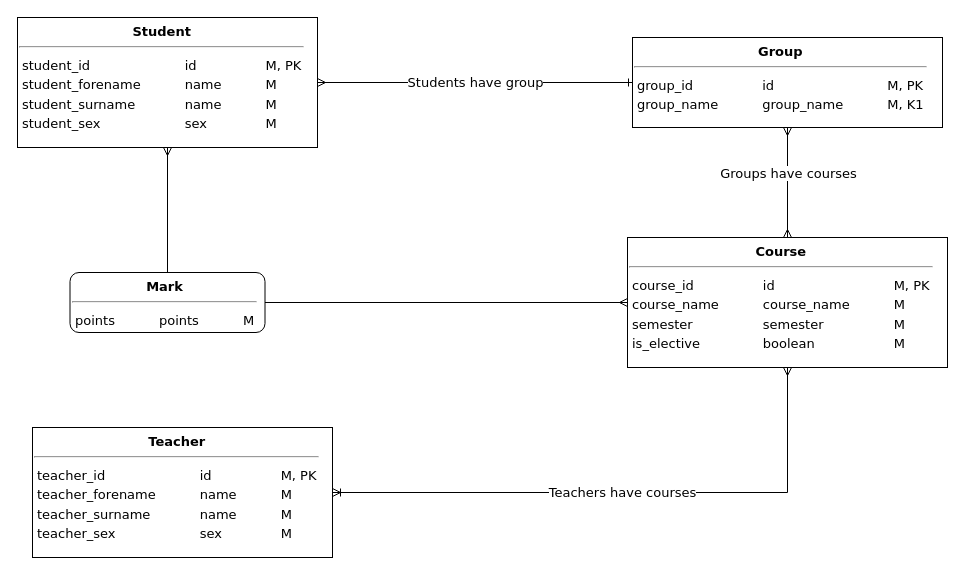
Earlier version of the draw.io diagram hw02/src/model-scheme.drawio (cannor147/itmo-db). Source tidied: cells renumbered, new cells numbered last; positions are measured from the earlier drawing's top-left corner, leaving out a move shared by most shapes. Both pictures are drawn from the tidied source at 100%, with x=0, y=0 at pixel (17, 17).
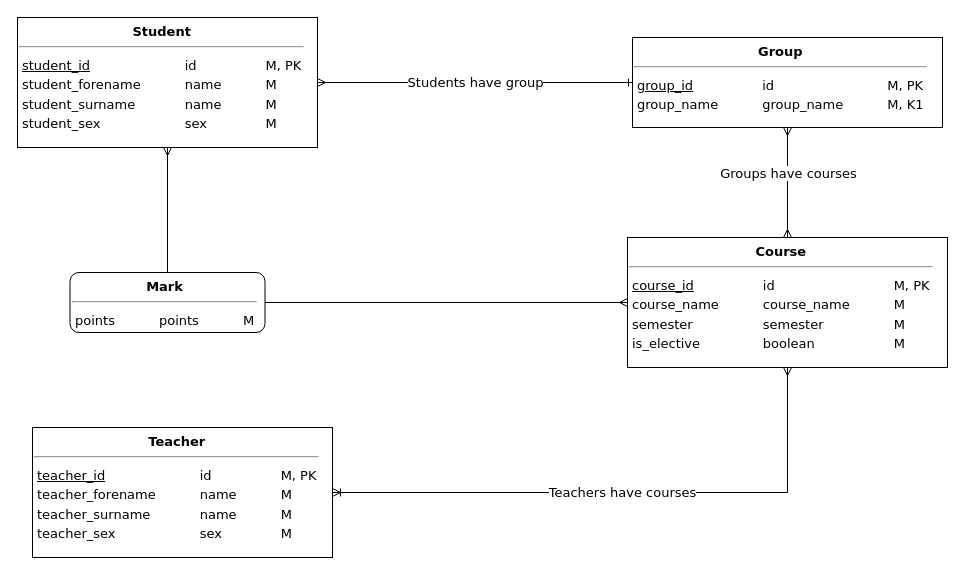
Above is the later version.

Commit message:
Added underline for primary keys (model)

What changed in the source:
```diff
@@
 <mxGraphModel>
   <root>
     <mxCell id="0" />
     <mxCell id="1" parent="0" />
     <mxCell id="2" value="Students have group" style="edgeStyle=orthogonalEdgeStyle;rounded=0;jettySize=auto;html=1;fontFamily=Verdana;fontSize=13;endArrow=ERone;endFill=0;startArrow=ERmany;startFill=0;" parent="1" edge="1" source="3" target="4">
       <mxGeometry relative="1" as="geometry" />
     </mxCell>
-    <mxCell id="3" value="&lt;div style=&quot;text-align: center ; font-size: 13px&quot;&gt;&lt;b style=&quot;font-size: 13px&quot;&gt;Student&lt;/b&gt;&lt;/div&gt;&lt;hr style=&quot;font-size: 13px&quot;&gt;&lt;table style=&quot;font-size: 13px&quot;&gt;&lt;tbody style=&quot;font-size: 13px&quot;&gt;&lt;tr style=&quot;font-size: 13px&quot;&gt;&lt;td style=&quot;font-size: 13px&quot;&gt;student_id&lt;/td&gt;&lt;td style=&quot;font-size: 13px&quot;&gt;&lt;blockquote style=&quot;margin: 0px 0px 0px 40px ; border: none ; padding: 0px ; font-size: 13px&quot;&gt;id&lt;/blockquote&gt;&lt;/td&gt;&lt;td style=&quot;font-size: 13px&quot;&gt;&lt;blockquote style=&quot;margin: 0px 0px 0px 40px ; border: none ; padding: 0px ; font-size: 13px&quot;&gt;M, PK&lt;/blockquote&gt;&lt;/td&gt;&lt;/tr&gt;&lt;tr style=&quot;font-size: 13px&quot;&gt;&lt;td style=&quot;font-size: 13px&quot;&gt;student_forename&lt;/td&gt;&lt;td style=&quot;font-size: 13px&quot;&gt;&lt;blockquote style=&quot;margin: 0px 0px 0px 40px ; border: none ; padding: 0px ; font-size: 13px&quot;&gt;name&lt;/blockquote&gt;&lt;/td&gt;&lt;td style=&quot;font-size: 13px&quot;&gt;&lt;blockquote style=&quot;margin: 0px 0px 0px 40px ; border: none ; padding: 0px ; font-size: 13px&quot;&gt;M&lt;/blockquote&gt;&lt;/td&gt;&lt;/tr&gt;&lt;tr style=&quot;font-size: 13px&quot;&gt;&lt;td style=&quot;font-size: 13px&quot;&gt;student_surname&lt;/td&gt;&lt;td style=&quot;font-size: 13px&quot;&gt;&lt;blockquote style=&quot;margin: 0px 0px 0px 40px ; border: none ; padding: 0px ; font-size: 13px&quot;&gt;name&lt;/blockquote&gt;&lt;/td&gt;&lt;td style=&quot;font-size: 13px&quot;&gt;&lt;blockquote style=&quot;margin: 0px 0px 0px 40px ; border: none ; padding: 0px ; font-size: 13px&quot;&gt;M&lt;/blockquote&gt;&lt;/td&gt;&lt;/tr&gt;&lt;tr style=&quot;font-size: 13px&quot;&gt;&lt;td style=&quot;font-size: 13px&quot;&gt;student_sex&lt;/td&gt;&lt;td style=&quot;font-size: 13px&quot;&gt;&lt;blockquote style=&quot;margin: 0px 0px 0px 40px ; border: none ; padding: 0px ; font-size: 13px&quot;&gt;sex&lt;/blockquote&gt;&lt;/td&gt;&lt;td style=&quot;font-size: 13px&quot;&gt;&lt;blockquote style=&quot;margin: 0px 0px 0px 40px ; border: none ; padding: 0px ; font-size: 13px&quot;&gt;M&lt;/blockquote&gt;&lt;/td&gt;&lt;/tr&gt;&lt;/tbody&gt;&lt;/table&gt;" style="rounded=0;whiteSpace=wrap;html=1;labelBackgroundColor=none;fontFamily=Verdana;fontSize=13;align=left;verticalAlign=top;" parent="1" vertex="1">
+    <mxCell id="3" value="&lt;div style=&quot;text-align: center ; font-size: 13px&quot;&gt;&lt;b style=&quot;font-size: 13px&quot;&gt;Student&lt;/b&gt;&lt;/div&gt;&lt;hr style=&quot;font-size: 13px&quot;&gt;&lt;table style=&quot;font-size: 13px&quot;&gt;&lt;tbody style=&quot;font-size: 13px&quot;&gt;&lt;tr style=&quot;font-size: 13px&quot;&gt;&lt;td style=&quot;font-size: 13px&quot;&gt;&lt;u&gt;student_id&lt;/u&gt;&lt;/td&gt;&lt;td style=&quot;font-size: 13px&quot;&gt;&lt;blockquote style=&quot;margin: 0px 0px 0px 40px ; border: none ; padding: 0px ; font-size: 13px&quot;&gt;id&lt;/blockquote&gt;&lt;/td&gt;&lt;td style=&quot;font-size: 13px&quot;&gt;&lt;blockquote style=&quot;margin: 0px 0px 0px 40px ; border: none ; padding: 0px ; font-size: 13px&quot;&gt;M, PK&lt;/blockquote&gt;&lt;/td&gt;&lt;/tr&gt;&lt;tr style=&quot;font-size: 13px&quot;&gt;&lt;td style=&quot;font-size: 13px&quot;&gt;student_forename&lt;/td&gt;&lt;td style=&quot;font-size: 13px&quot;&gt;&lt;blockquote style=&quot;margin: 0px 0px 0px 40px ; border: none ; padding: 0px ; font-size: 13px&quot;&gt;name&lt;/blockquote&gt;&lt;/td&gt;&lt;td style=&quot;font-size: 13px&quot;&gt;&lt;blockquote style=&quot;margin: 0px 0px 0px 40px ; border: none ; padding: 0px ; font-size: 13px&quot;&gt;M&lt;/blockquote&gt;&lt;/td&gt;&lt;/tr&gt;&lt;tr style=&quot;font-size: 13px&quot;&gt;&lt;td style=&quot;font-size: 13px&quot;&gt;student_surname&lt;/td&gt;&lt;td style=&quot;font-size: 13px&quot;&gt;&lt;blockquote style=&quot;margin: 0px 0px 0px 40px ; border: none ; padding: 0px ; font-size: 13px&quot;&gt;name&lt;/blockquote&gt;&lt;/td&gt;&lt;td style=&quot;font-size: 13px&quot;&gt;&lt;blockquote style=&quot;margin: 0px 0px 0px 40px ; border: none ; padding: 0px ; font-size: 13px&quot;&gt;M&lt;/blockquote&gt;&lt;/td&gt;&lt;/tr&gt;&lt;tr style=&quot;font-size: 13px&quot;&gt;&lt;td style=&quot;font-size: 13px&quot;&gt;student_sex&lt;/td&gt;&lt;td style=&quot;font-size: 13px&quot;&gt;&lt;blockquote style=&quot;margin: 0px 0px 0px 40px ; border: none ; padding: 0px ; font-size: 13px&quot;&gt;sex&lt;/blockquote&gt;&lt;/td&gt;&lt;td style=&quot;font-size: 13px&quot;&gt;&lt;blockquote style=&quot;margin: 0px 0px 0px 40px ; border: none ; padding: 0px ; font-size: 13px&quot;&gt;M&lt;/blockquote&gt;&lt;/td&gt;&lt;/tr&gt;&lt;/tbody&gt;&lt;/table&gt;" style="rounded=0;whiteSpace=wrap;html=1;labelBackgroundColor=none;fontFamily=Verdana;fontSize=13;align=left;verticalAlign=top;" parent="1" vertex="1">
       <mxGeometry width="300" height="130" as="geometry" />
     </mxCell>
-    <mxCell id="4" value="&lt;div style=&quot;text-align: center ; font-size: 13px&quot;&gt;&lt;b style=&quot;font-size: 13px&quot;&gt;Group&lt;/b&gt;&lt;/div&gt;&lt;hr style=&quot;font-size: 13px&quot;&gt;&lt;table style=&quot;font-size: 13px&quot;&gt;&lt;tbody style=&quot;font-size: 13px&quot;&gt;&lt;tr style=&quot;font-size: 13px&quot;&gt;&lt;td style=&quot;font-size: 13px&quot;&gt;group_id&lt;/td&gt;&lt;td style=&quot;font-size: 13px&quot;&gt;&lt;blockquote style=&quot;margin: 0px 0px 0px 40px ; border: none ; padding: 0px ; font-size: 13px&quot;&gt;id&lt;/blockquote&gt;&lt;/td&gt;&lt;td style=&quot;font-size: 13px&quot;&gt;&lt;blockquote style=&quot;margin: 0px 0px 0px 40px ; border: none ; padding: 0px ; font-size: 13px&quot;&gt;M, PK&lt;/blockquote&gt;&lt;/td&gt;&lt;/tr&gt;&lt;tr style=&quot;font-size: 13px&quot;&gt;&lt;td style=&quot;font-size: 13px&quot;&gt;group_name&lt;/td&gt;&lt;td style=&quot;font-size: 13px&quot;&gt;&lt;blockquote style=&quot;margin: 0px 0px 0px 40px ; border: none ; padding: 0px ; font-size: 13px&quot;&gt;group_name&lt;/blockquote&gt;&lt;/td&gt;&lt;td style=&quot;font-size: 13px&quot;&gt;&lt;blockquote style=&quot;margin: 0px 0px 0px 40px ; border: none ; padding: 0px ; font-size: 13px&quot;&gt;M, K1&lt;/blockquote&gt;&lt;/td&gt;&lt;/tr&gt;&lt;/tbody&gt;&lt;/table&gt;" style="rounded=0;whiteSpace=wrap;html=1;labelBackgroundColor=none;fontFamily=Verdana;fontSize=13;align=left;verticalAlign=top;" parent="1" vertex="1">
+    <mxCell id="4" value="&lt;div style=&quot;text-align: center ; font-size: 13px&quot;&gt;&lt;b style=&quot;font-size: 13px&quot;&gt;Group&lt;/b&gt;&lt;/div&gt;&lt;hr style=&quot;font-size: 13px&quot;&gt;&lt;table style=&quot;font-size: 13px&quot;&gt;&lt;tbody style=&quot;font-size: 13px&quot;&gt;&lt;tr style=&quot;font-size: 13px&quot;&gt;&lt;td style=&quot;font-size: 13px&quot;&gt;&lt;u&gt;group_id&lt;/u&gt;&lt;/td&gt;&lt;td style=&quot;font-size: 13px&quot;&gt;&lt;blockquote style=&quot;margin: 0px 0px 0px 40px ; border: none ; padding: 0px ; font-size: 13px&quot;&gt;id&lt;/blockquote&gt;&lt;/td&gt;&lt;td style=&quot;font-size: 13px&quot;&gt;&lt;blockquote style=&quot;margin: 0px 0px 0px 40px ; border: none ; padding: 0px ; font-size: 13px&quot;&gt;M, PK&lt;/blockquote&gt;&lt;/td&gt;&lt;/tr&gt;&lt;tr style=&quot;font-size: 13px&quot;&gt;&lt;td style=&quot;font-size: 13px&quot;&gt;group_name&lt;/td&gt;&lt;td style=&quot;font-size: 13px&quot;&gt;&lt;blockquote style=&quot;margin: 0px 0px 0px 40px ; border: none ; padding: 0px ; font-size: 13px&quot;&gt;group_name&lt;/blockquote&gt;&lt;/td&gt;&lt;td style=&quot;font-size: 13px&quot;&gt;&lt;blockquote style=&quot;margin: 0px 0px 0px 40px ; border: none ; padding: 0px ; font-size: 13px&quot;&gt;M, K1&lt;/blockquote&gt;&lt;/td&gt;&lt;/tr&gt;&lt;/tbody&gt;&lt;/table&gt;" style="rounded=0;whiteSpace=wrap;html=1;labelBackgroundColor=none;fontFamily=Verdana;fontSize=13;align=left;verticalAlign=top;" parent="1" vertex="1">
       <mxGeometry x="615" y="20" width="310" height="90" as="geometry" />
     </mxCell>
-    <mxCell id="5" value="&lt;div style=&quot;text-align: center ; font-size: 13px&quot;&gt;&lt;b style=&quot;font-size: 13px&quot;&gt;Teacher&lt;/b&gt;&lt;/div&gt;&lt;hr style=&quot;font-size: 13px&quot;&gt;&lt;table style=&quot;font-size: 13px&quot;&gt;&lt;tbody style=&quot;font-size: 13px&quot;&gt;&lt;tr style=&quot;font-size: 13px&quot;&gt;&lt;td style=&quot;font-size: 13px&quot;&gt;teacher_id&lt;/td&gt;&lt;td style=&quot;font-size: 13px&quot;&gt;&lt;blockquote style=&quot;margin: 0px 0px 0px 40px ; border: none ; padding: 0px ; font-size: 13px&quot;&gt;id&lt;/blockquote&gt;&lt;/td&gt;&lt;td style=&quot;font-size: 13px&quot;&gt;&lt;blockquote style=&quot;margin: 0px 0px 0px 40px ; border: none ; padding: 0px ; font-size: 13px&quot;&gt;M, PK&lt;/blockquote&gt;&lt;/td&gt;&lt;/tr&gt;&lt;tr style=&quot;font-size: 13px&quot;&gt;&lt;td style=&quot;font-size: 13px&quot;&gt;teacher_forename&lt;/td&gt;&lt;td style=&quot;font-size: 13px&quot;&gt;&lt;blockquote style=&quot;margin: 0px 0px 0px 40px ; border: none ; padding: 0px ; font-size: 13px&quot;&gt;name&lt;/blockquote&gt;&lt;/td&gt;&lt;td style=&quot;font-size: 13px&quot;&gt;&lt;blockquote style=&quot;margin: 0px 0px 0px 40px ; border: none ; padding: 0px ; font-size: 13px&quot;&gt;M&lt;/blockquote&gt;&lt;/td&gt;&lt;/tr&gt;&lt;tr style=&quot;font-size: 13px&quot;&gt;&lt;td style=&quot;font-size: 13px&quot;&gt;teacher_surname&lt;/td&gt;&lt;td style=&quot;font-size: 13px&quot;&gt;&lt;blockquote style=&quot;margin: 0px 0px 0px 40px ; border: none ; padding: 0px ; font-size: 13px&quot;&gt;name&lt;/blockquote&gt;&lt;/td&gt;&lt;td style=&quot;font-size: 13px&quot;&gt;&lt;blockquote style=&quot;margin: 0px 0px 0px 40px ; border: none ; padding: 0px ; font-size: 13px&quot;&gt;M&lt;/blockquote&gt;&lt;/td&gt;&lt;/tr&gt;&lt;tr style=&quot;font-size: 13px&quot;&gt;&lt;td style=&quot;font-size: 13px&quot;&gt;teacher_sex&lt;/td&gt;&lt;td style=&quot;font-size: 13px&quot;&gt;&lt;blockquote style=&quot;margin: 0px 0px 0px 40px ; border: none ; padding: 0px ; font-size: 13px&quot;&gt;sex&lt;/blockquote&gt;&lt;/td&gt;&lt;td style=&quot;font-size: 13px&quot;&gt;&lt;blockquote style=&quot;margin: 0px 0px 0px 40px ; border: none ; padding: 0px ; font-size: 13px&quot;&gt;M&lt;/blockquote&gt;&lt;/td&gt;&lt;/tr&gt;&lt;/tbody&gt;&lt;/table&gt;" style="rounded=0;whiteSpace=wrap;html=1;labelBackgroundColor=none;fontFamily=Verdana;fontSize=13;align=left;verticalAlign=top;" parent="1" vertex="1">
+    <mxCell id="5" value="&lt;div style=&quot;text-align: center ; font-size: 13px&quot;&gt;&lt;b style=&quot;font-size: 13px&quot;&gt;Teacher&lt;/b&gt;&lt;/div&gt;&lt;hr style=&quot;font-size: 13px&quot;&gt;&lt;table style=&quot;font-size: 13px&quot;&gt;&lt;tbody style=&quot;font-size: 13px&quot;&gt;&lt;tr style=&quot;font-size: 13px&quot;&gt;&lt;td style=&quot;font-size: 13px&quot;&gt;&lt;u&gt;teacher_id&lt;/u&gt;&lt;/td&gt;&lt;td style=&quot;font-size: 13px&quot;&gt;&lt;blockquote style=&quot;margin: 0px 0px 0px 40px ; border: none ; padding: 0px ; font-size: 13px&quot;&gt;id&lt;/blockquote&gt;&lt;/td&gt;&lt;td style=&quot;font-size: 13px&quot;&gt;&lt;blockquote style=&quot;margin: 0px 0px 0px 40px ; border: none ; padding: 0px ; font-size: 13px&quot;&gt;M, PK&lt;/blockquote&gt;&lt;/td&gt;&lt;/tr&gt;&lt;tr style=&quot;font-size: 13px&quot;&gt;&lt;td style=&quot;font-size: 13px&quot;&gt;teacher_forename&lt;/td&gt;&lt;td style=&quot;font-size: 13px&quot;&gt;&lt;blockquote style=&quot;margin: 0px 0px 0px 40px ; border: none ; padding: 0px ; font-size: 13px&quot;&gt;name&lt;/blockquote&gt;&lt;/td&gt;&lt;td style=&quot;font-size: 13px&quot;&gt;&lt;blockquote style=&quot;margin: 0px 0px 0px 40px ; border: none ; padding: 0px ; font-size: 13px&quot;&gt;M&lt;/blockquote&gt;&lt;/td&gt;&lt;/tr&gt;&lt;tr style=&quot;font-size: 13px&quot;&gt;&lt;td style=&quot;font-size: 13px&quot;&gt;teacher_surname&lt;/td&gt;&lt;td style=&quot;font-size: 13px&quot;&gt;&lt;blockquote style=&quot;margin: 0px 0px 0px 40px ; border: none ; padding: 0px ; font-size: 13px&quot;&gt;name&lt;/blockquote&gt;&lt;/td&gt;&lt;td style=&quot;font-size: 13px&quot;&gt;&lt;blockquote style=&quot;margin: 0px 0px 0px 40px ; border: none ; padding: 0px ; font-size: 13px&quot;&gt;M&lt;/blockquote&gt;&lt;/td&gt;&lt;/tr&gt;&lt;tr style=&quot;font-size: 13px&quot;&gt;&lt;td style=&quot;font-size: 13px&quot;&gt;teacher_sex&lt;/td&gt;&lt;td style=&quot;font-size: 13px&quot;&gt;&lt;blockquote style=&quot;margin: 0px 0px 0px 40px ; border: none ; padding: 0px ; font-size: 13px&quot;&gt;sex&lt;/blockquote&gt;&lt;/td&gt;&lt;td style=&quot;font-size: 13px&quot;&gt;&lt;blockquote style=&quot;margin: 0px 0px 0px 40px ; border: none ; padding: 0px ; font-size: 13px&quot;&gt;M&lt;/blockquote&gt;&lt;/td&gt;&lt;/tr&gt;&lt;/tbody&gt;&lt;/table&gt;" style="rounded=0;whiteSpace=wrap;html=1;labelBackgroundColor=none;fontFamily=Verdana;fontSize=13;align=left;verticalAlign=top;" parent="1" vertex="1">
       <mxGeometry x="15" y="410" width="300" height="130" as="geometry" />
     </mxCell>
-    <mxCell id="6" value="&lt;div style=&quot;text-align: center ; font-size: 13px&quot;&gt;&lt;b style=&quot;font-size: 13px&quot;&gt;Course&lt;/b&gt;&lt;/div&gt;&lt;hr style=&quot;font-size: 13px&quot;&gt;&lt;table style=&quot;font-size: 13px&quot;&gt;&lt;tbody style=&quot;font-size: 13px&quot;&gt;&lt;tr style=&quot;font-size: 13px&quot;&gt;&lt;td style=&quot;font-size: 13px&quot;&gt;course_id&lt;/td&gt;&lt;td style=&quot;font-size: 13px&quot;&gt;&lt;blockquote style=&quot;margin: 0px 0px 0px 40px ; border: none ; padding: 0px ; font-size: 13px&quot;&gt;id&lt;/blockquote&gt;&lt;/td&gt;&lt;td style=&quot;font-size: 13px&quot;&gt;&lt;blockquote style=&quot;margin: 0px 0px 0px 40px ; border: none ; padding: 0px ; font-size: 13px&quot;&gt;M, PK&lt;/blockquote&gt;&lt;/td&gt;&lt;/tr&gt;&lt;tr style=&quot;font-size: 13px&quot;&gt;&lt;td style=&quot;font-size: 13px&quot;&gt;course_name&lt;/td&gt;&lt;td style=&quot;font-size: 13px&quot;&gt;&lt;blockquote style=&quot;margin: 0px 0px 0px 40px ; border: none ; padding: 0px ; font-size: 13px&quot;&gt;course_name&lt;/blockquote&gt;&lt;/td&gt;&lt;td style=&quot;font-size: 13px&quot;&gt;&lt;blockquote style=&quot;margin: 0px 0px 0px 40px ; border: none ; padding: 0px ; font-size: 13px&quot;&gt;M&lt;/blockquote&gt;&lt;/td&gt;&lt;/tr&gt;&lt;tr style=&quot;font-size: 13px&quot;&gt;&lt;td style=&quot;font-size: 13px&quot;&gt;semester&lt;/td&gt;&lt;td style=&quot;font-size: 13px&quot;&gt;&lt;blockquote style=&quot;margin: 0px 0px 0px 40px ; border: none ; padding: 0px ; font-size: 13px&quot;&gt;semester&lt;/blockquote&gt;&lt;/td&gt;&lt;td style=&quot;font-size: 13px&quot;&gt;&lt;blockquote style=&quot;margin: 0px 0px 0px 40px ; border: none ; padding: 0px ; font-size: 13px&quot;&gt;M&lt;/blockquote&gt;&lt;/td&gt;&lt;/tr&gt;&lt;tr style=&quot;font-size: 13px&quot;&gt;&lt;td style=&quot;font-size: 13px&quot;&gt;is_elective&lt;/td&gt;&lt;td style=&quot;font-size: 13px&quot;&gt;&lt;blockquote style=&quot;margin: 0px 0px 0px 40px ; border: none ; padding: 0px ; font-size: 13px&quot;&gt;boolean&lt;/blockquote&gt;&lt;/td&gt;&lt;td style=&quot;font-size: 13px&quot;&gt;&lt;blockquote style=&quot;margin: 0px 0px 0px 40px ; border: none ; padding: 0px ; font-size: 13px&quot;&gt;M&lt;/blockquote&gt;&lt;/td&gt;&lt;/tr&gt;&lt;/tbody&gt;&lt;/table&gt;" style="rounded=0;whiteSpace=wrap;html=1;labelBackgroundColor=none;fontFamily=Verdana;fontSize=13;align=left;verticalAlign=top;" parent="1" vertex="1">
+    <mxCell id="6" value="&lt;div style=&quot;text-align: center ; font-size: 13px&quot;&gt;&lt;b style=&quot;font-size: 13px&quot;&gt;Course&lt;/b&gt;&lt;/div&gt;&lt;hr style=&quot;font-size: 13px&quot;&gt;&lt;table style=&quot;font-size: 13px&quot;&gt;&lt;tbody style=&quot;font-size: 13px&quot;&gt;&lt;tr style=&quot;font-size: 13px&quot;&gt;&lt;td style=&quot;font-size: 13px&quot;&gt;&lt;u&gt;course_id&lt;/u&gt;&lt;/td&gt;&lt;td style=&quot;font-size: 13px&quot;&gt;&lt;blockquote style=&quot;margin: 0px 0px 0px 40px ; border: none ; padding: 0px ; font-size: 13px&quot;&gt;id&lt;/blockquote&gt;&lt;/td&gt;&lt;td style=&quot;font-size: 13px&quot;&gt;&lt;blockquote style=&quot;margin: 0px 0px 0px 40px ; border: none ; padding: 0px ; font-size: 13px&quot;&gt;M, PK&lt;/blockquote&gt;&lt;/td&gt;&lt;/tr&gt;&lt;tr style=&quot;font-size: 13px&quot;&gt;&lt;td style=&quot;font-size: 13px&quot;&gt;course_name&lt;/td&gt;&lt;td style=&quot;font-size: 13px&quot;&gt;&lt;blockquote style=&quot;margin: 0px 0px 0px 40px ; border: none ; padding: 0px ; font-size: 13px&quot;&gt;course_name&lt;/blockquote&gt;&lt;/td&gt;&lt;td style=&quot;font-size: 13px&quot;&gt;&lt;blockquote style=&quot;margin: 0px 0px 0px 40px ; border: none ; padding: 0px ; font-size: 13px&quot;&gt;M&lt;/blockquote&gt;&lt;/td&gt;&lt;/tr&gt;&lt;tr style=&quot;font-size: 13px&quot;&gt;&lt;td style=&quot;font-size: 13px&quot;&gt;semester&lt;/td&gt;&lt;td style=&quot;font-size: 13px&quot;&gt;&lt;blockquote style=&quot;margin: 0px 0px 0px 40px ; border: none ; padding: 0px ; font-size: 13px&quot;&gt;semester&lt;/blockquote&gt;&lt;/td&gt;&lt;td style=&quot;font-size: 13px&quot;&gt;&lt;blockquote style=&quot;margin: 0px 0px 0px 40px ; border: none ; padding: 0px ; font-size: 13px&quot;&gt;M&lt;/blockquote&gt;&lt;/td&gt;&lt;/tr&gt;&lt;tr style=&quot;font-size: 13px&quot;&gt;&lt;td style=&quot;font-size: 13px&quot;&gt;is_elective&lt;/td&gt;&lt;td style=&quot;font-size: 13px&quot;&gt;&lt;blockquote style=&quot;margin: 0px 0px 0px 40px ; border: none ; padding: 0px ; font-size: 13px&quot;&gt;boolean&lt;/blockquote&gt;&lt;/td&gt;&lt;td style=&quot;font-size: 13px&quot;&gt;&lt;blockquote style=&quot;margin: 0px 0px 0px 40px ; border: none ; padding: 0px ; font-size: 13px&quot;&gt;M&lt;/blockquote&gt;&lt;/td&gt;&lt;/tr&gt;&lt;/tbody&gt;&lt;/table&gt;" style="rounded=0;whiteSpace=wrap;html=1;labelBackgroundColor=none;fontFamily=Verdana;fontSize=13;align=left;verticalAlign=top;" parent="1" vertex="1">
       <mxGeometry x="610" y="220" width="320" height="130" as="geometry" />
     </mxCell>
     <mxCell id="7" value="&lt;div style=&quot;text-align: center ; font-size: 13px&quot;&gt;&lt;b style=&quot;font-size: 13px&quot;&gt;Mark&lt;/b&gt;&lt;/div&gt;&lt;hr style=&quot;font-size: 13px&quot;&gt;&lt;table style=&quot;font-size: 13px&quot;&gt;&lt;tbody style=&quot;font-size: 13px&quot;&gt;&lt;tr style=&quot;font-size: 13px&quot;&gt;&lt;td style=&quot;font-size: 13px&quot;&gt;points&lt;/td&gt;&lt;td style=&quot;font-size: 13px&quot;&gt;&lt;blockquote style=&quot;margin: 0px 0px 0px 40px ; border: none ; padding: 0px ; font-size: 13px&quot;&gt;points&lt;/blockquote&gt;&lt;/td&gt;&lt;td style=&quot;font-size: 13px&quot;&gt;&lt;blockquote style=&quot;margin: 0px 0px 0px 40px ; border: none ; padding: 0px ; font-size: 13px&quot;&gt;M&lt;/blockquote&gt;&lt;/td&gt;&lt;/tr&gt;&lt;/tbody&gt;&lt;/table&gt;" style="rounded=1;whiteSpace=wrap;html=1;labelBackgroundColor=none;fontFamily=Verdana;fontSize=13;align=left;verticalAlign=top;" parent="1" vertex="1">
       <mxGeometry x="52.5" y="255" width="195" height="60" as="geometry" />
     </mxCell>
     <mxCell id="8" style="endArrow=ERmany;html=1;fontFamily=Verdana;fontSize=13;edgeStyle=orthogonalEdgeStyle;endFill=0;startArrow=ERmany;startFill=0;rounded=0;" parent="1" edge="1" source="4" target="6">
       <mxGeometry relative="1" as="geometry" />
     </mxCell>
     <mxCell id="9" value="Groups have courses" style="edgeLabel;html=1;align=center;verticalAlign=middle;fontSize=13;fontFamily=Verdana;" parent="8" vertex="1">
       <mxGeometry x="-0.18" relative="1" as="geometry" />
     </mxCell>
     <mxCell id="10" style="endArrow=none;html=1;fontFamily=Verdana;fontSize=13;edgeStyle=orthogonalEdgeStyle;rounded=0;endFill=0;startArrow=ERmany;startFill=0;" parent="1" edge="1" source="3" target="7">
       <mxGeometry relative="1" as="geometry" />
     </mxCell>
     <mxCell id="11" style="endArrow=none;html=1;fontFamily=Verdana;fontSize=13;edgeStyle=orthogonalEdgeStyle;rounded=0;endFill=0;startArrow=ERmany;startFill=0;" parent="1" edge="1" source="6" target="7">
       <mxGeometry relative="1" as="geometry" />
     </mxCell>
     <mxCell id="12" value="Teachers have courses" style="endArrow=ERmany;html=1;fontFamily=Verdana;fontSize=13;edgeStyle=orthogonalEdgeStyle;rounded=0;endFill=0;startArrow=ERoneToMany;startFill=0;" parent="1" edge="1" source="5" target="6">
       <mxGeometry relative="1" as="geometry" />
     </mxCell>
   </root>
 </mxGraphModel>
```
